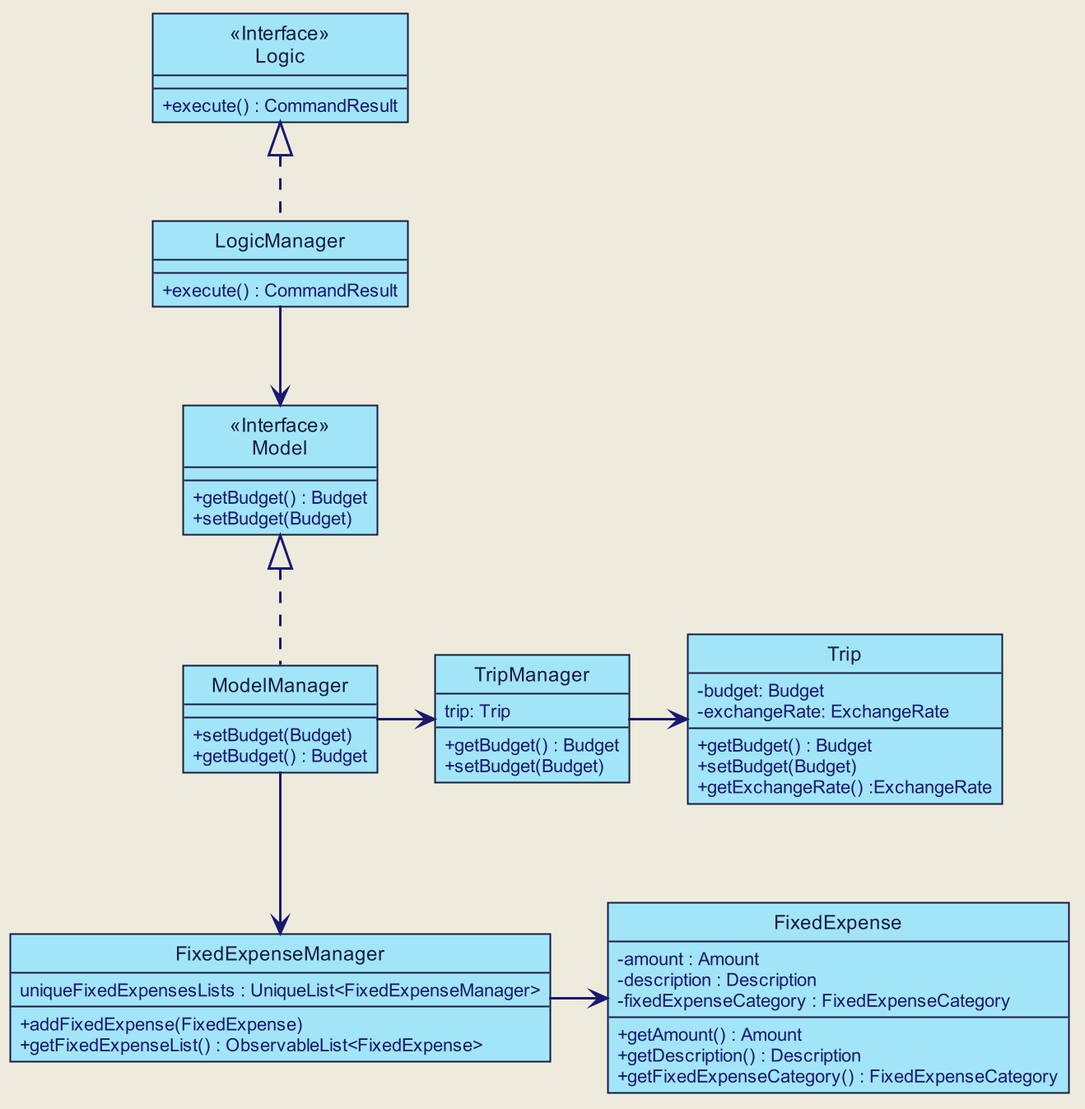
zenatrick/main keeps this PlantUML diagram as docs/images/developer-guide/fixed-expense/FixedExpenseClassDiagram.png. Above is the earlier version.
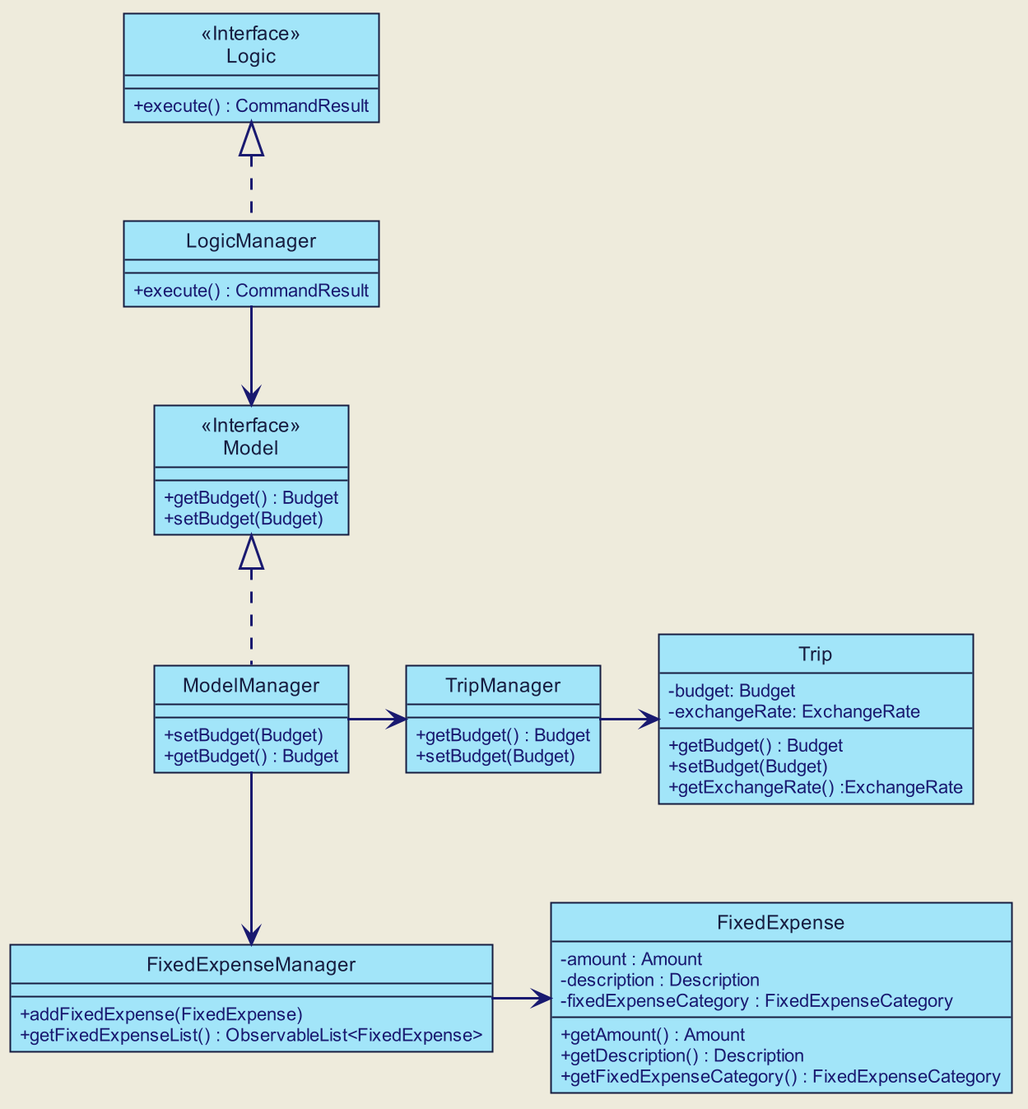
After the commit.

Diff of the diagram source:
```diff
@@ -133,13 +133,11 @@
 }
 
 Class FixedExpenseManager{
-uniqueFixedExpensesLists : UniqueList<FixedExpenseManager>
 + addFixedExpense(FixedExpense)
 + getFixedExpenseList() : ObservableList<FixedExpense>
 }
 
 Class TripManager{
-trip: Trip
 + getBudget() : Budget
 + setBudget(Budget)
 }
```
